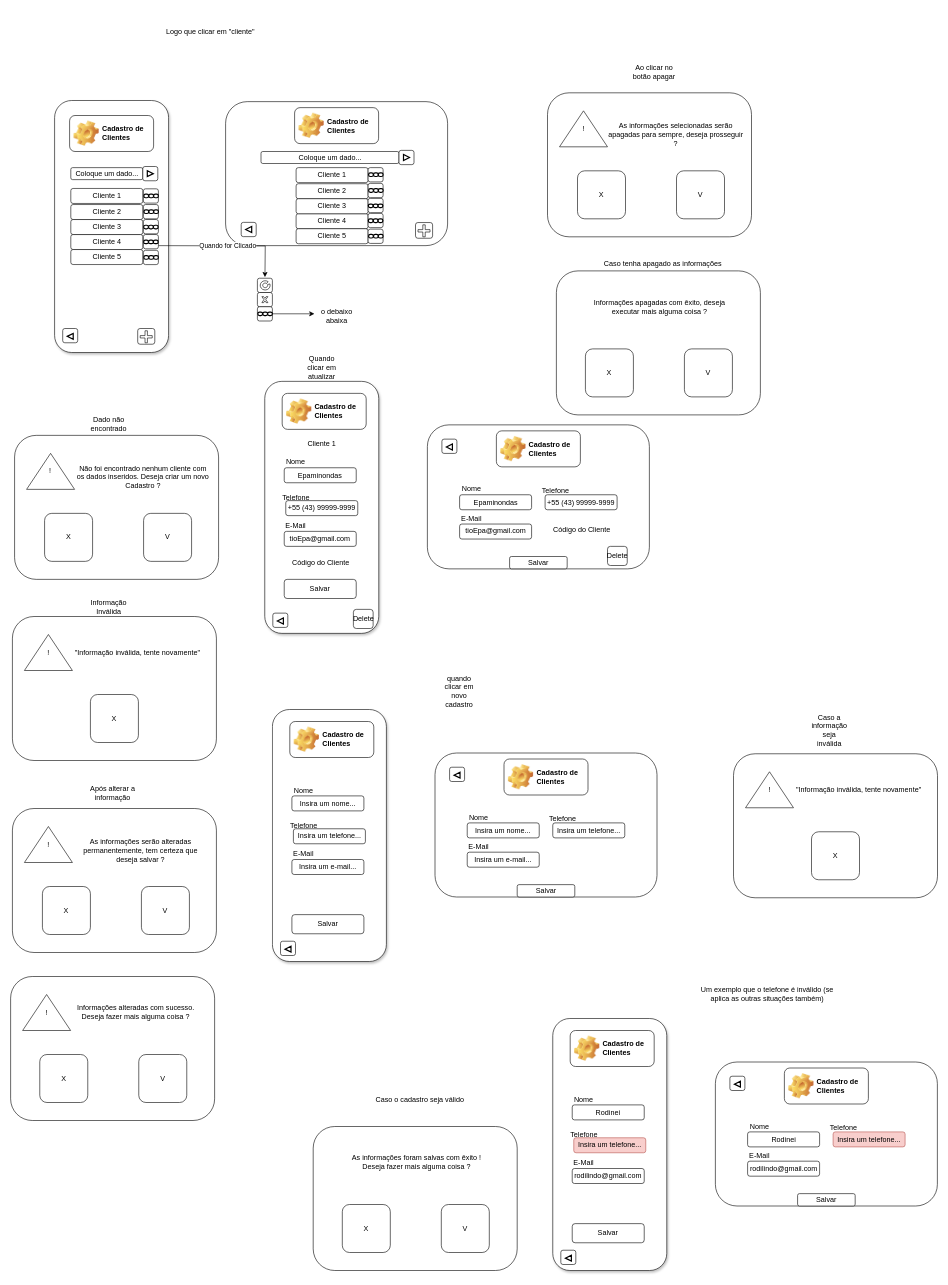
Above: page "Cadastro de Clientes (desenho)" (3 of 14) of DOC/Fluxograma.drawio in GuilhermeIgarashi7/avatar-Fluxograma (draw.io), before the change. Source tidied: cells renumbered, new cells numbered last; positions are measured from the earlier drawing's top-left corner, leaving out a move shared by most shapes. Both pictures are drawn from the tidied source at 60%, with x=0, y=0 at pixel (10, 10).
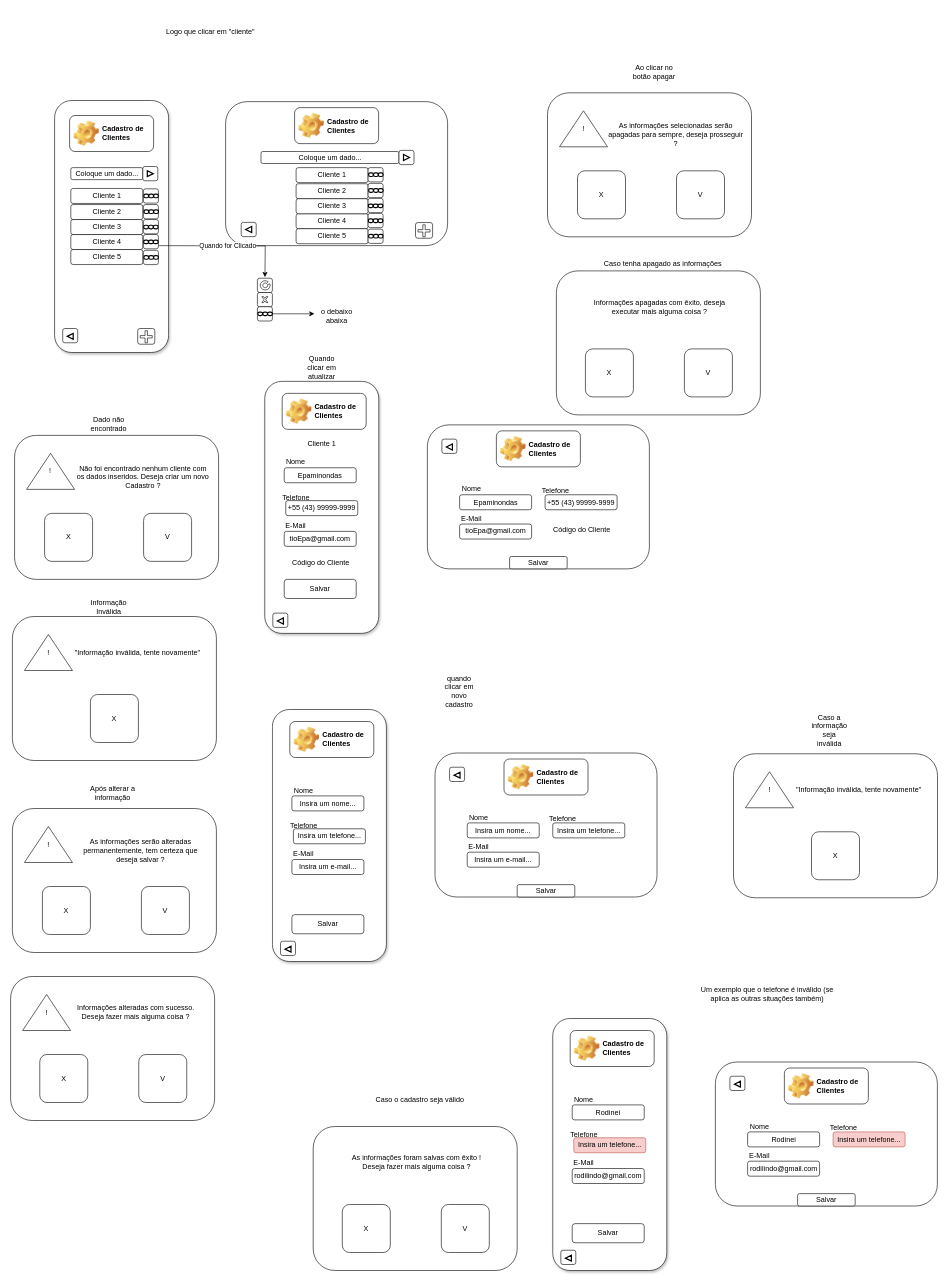
After the change.

What changed in the source:
```diff
@@
-    <mxCell id="216" value="Delete" style="rounded=1;whiteSpace=wrap;html=1;" parent="1" vertex="1">
-      <mxGeometry x="571.5" y="998.1" width="32.9" height="31.9" as="geometry" />
-    </mxCell>
-    <mxCell id="217" value="Delete" style="rounded=1;whiteSpace=wrap;html=1;" parent="1" vertex="1">
-      <mxGeometry x="995" y="893.1" width="32.9" height="31.9" as="geometry" />
-    </mxCell>
```
